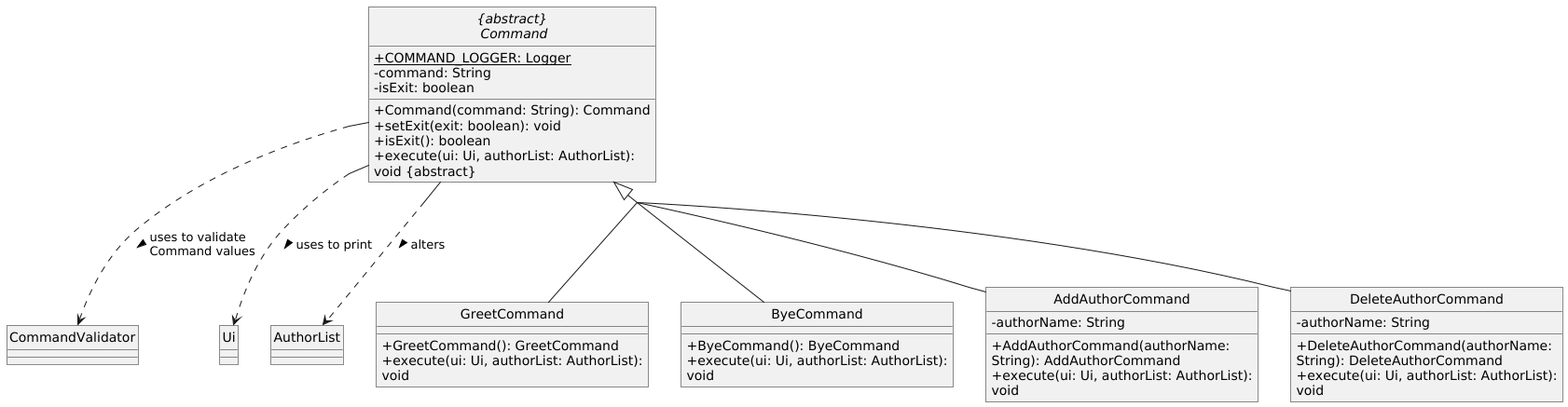
Before: docs/uml/puml/Command/Command_One.png, a diagram exported from PlantUML (xenthm/tp).
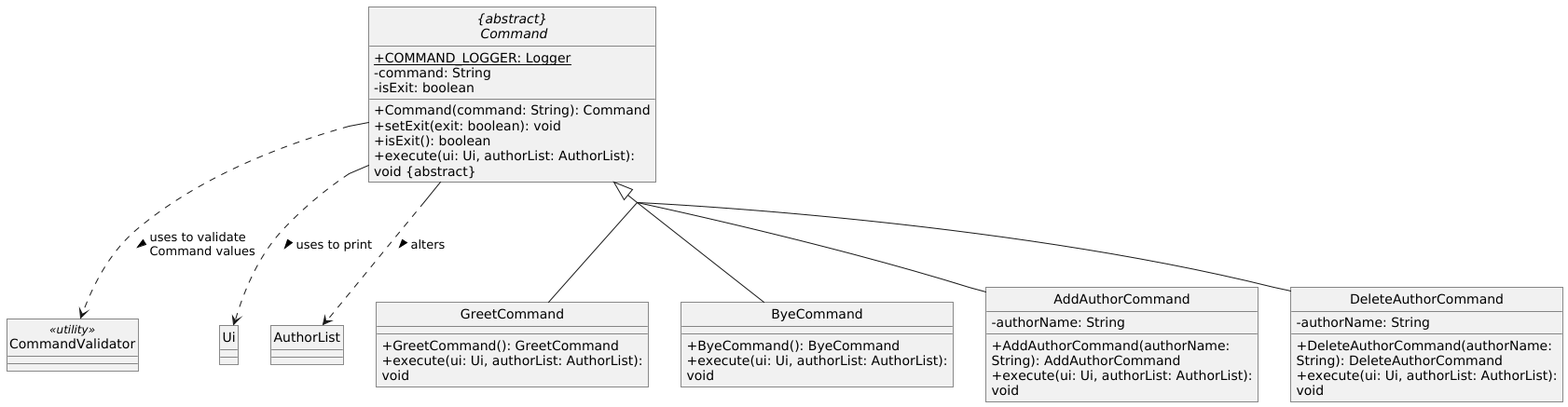
After the commit.

The edit, as a diff of the source:
```diff
@@ -11,7 +11,7 @@
     + execute(ui: Ui, authorList: AuthorList): void ABSTRACT_DECORATOR
 }
 
-class CommandValidator {
+class CommandValidator <<utility>> {
 }
 
 Command ..> CommandValidator : uses to validate Command values >
```
